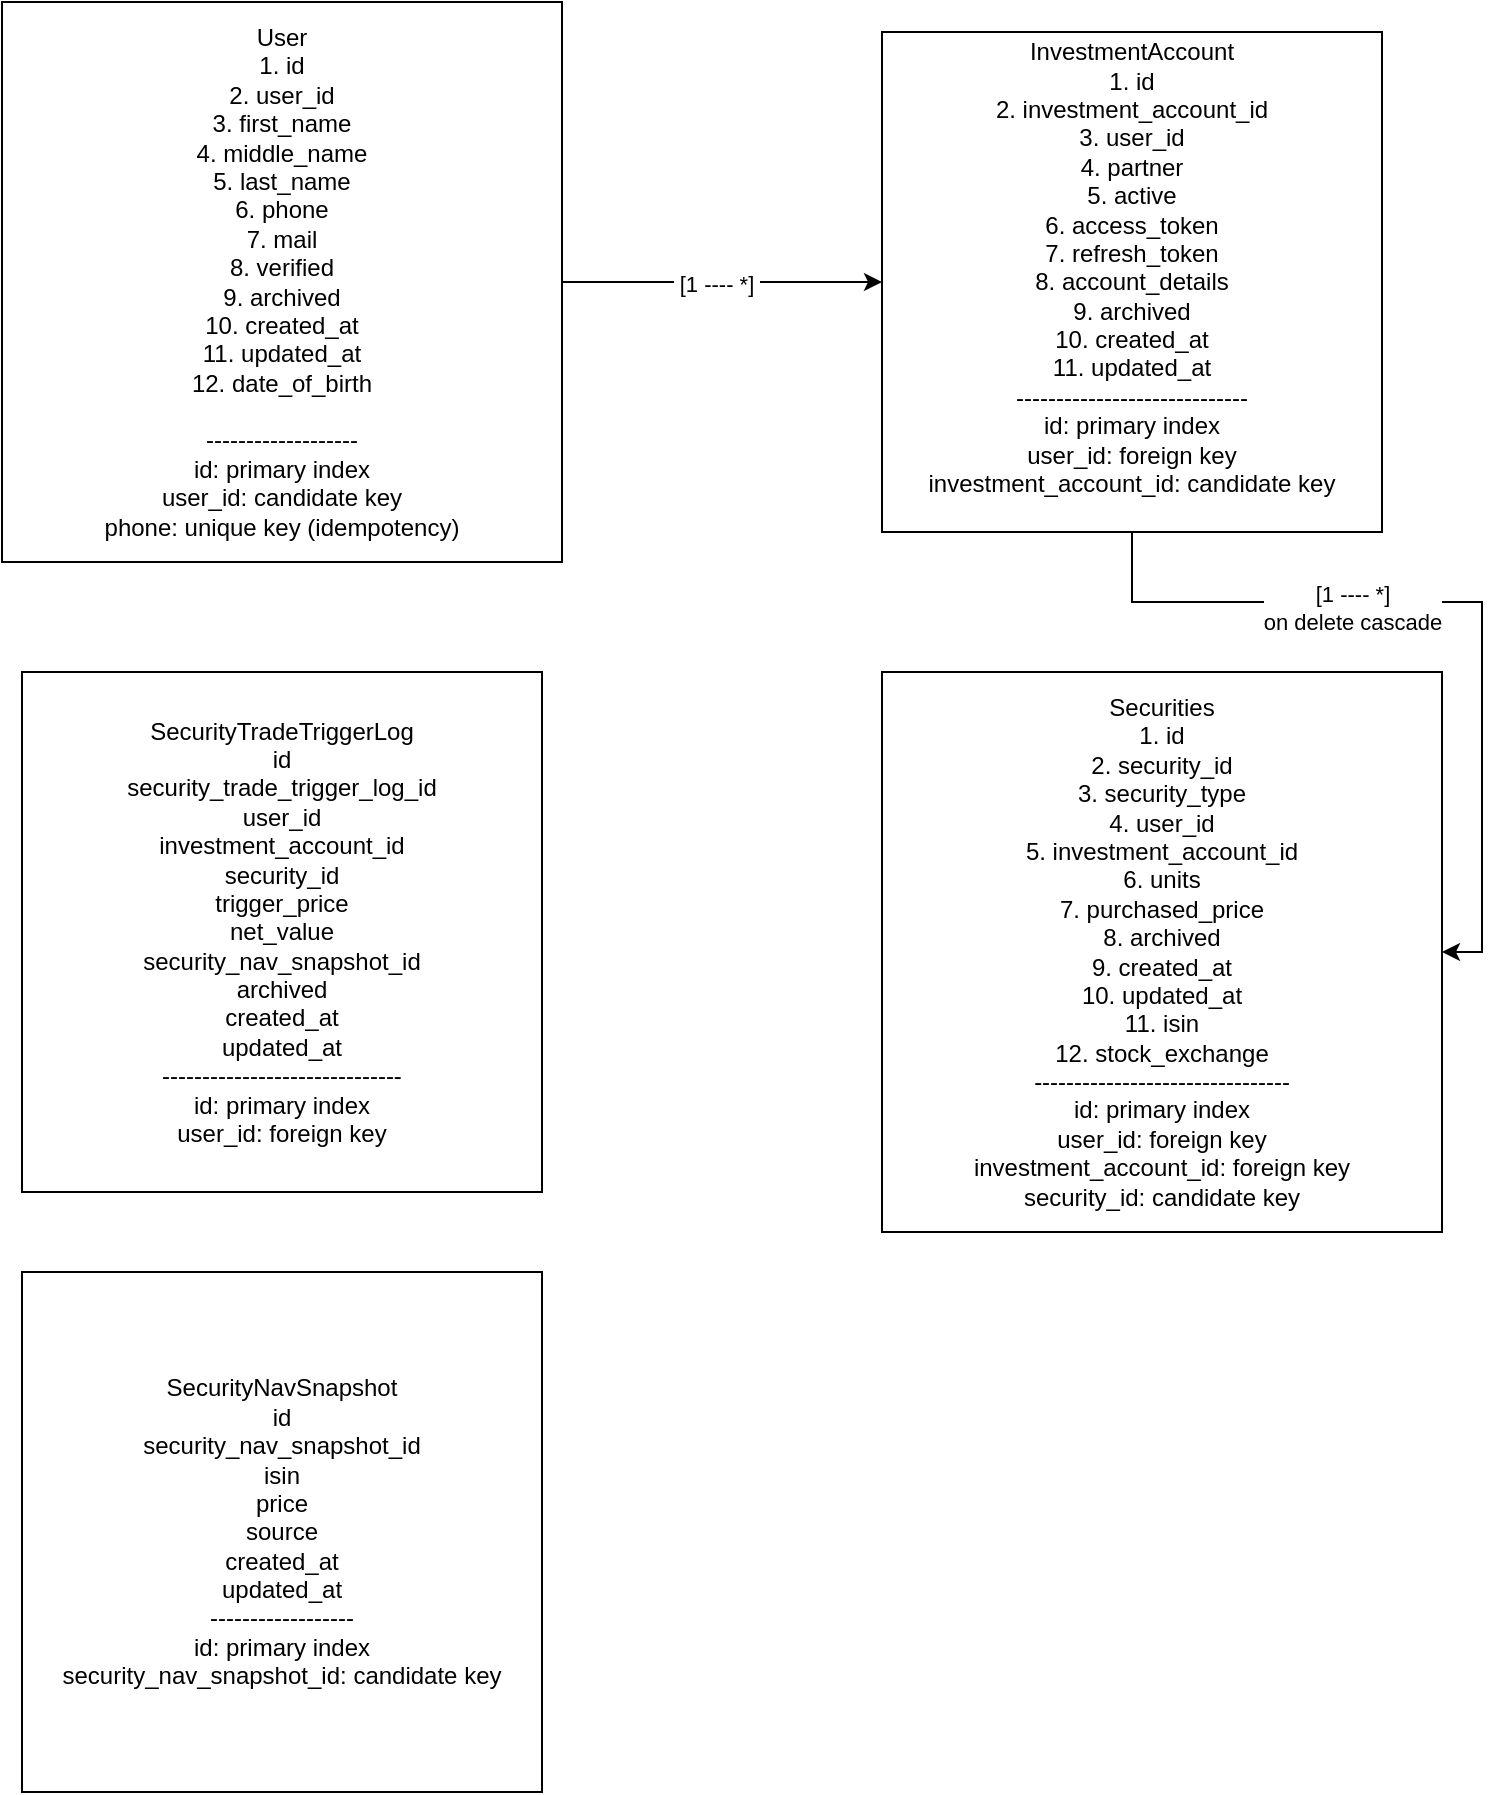
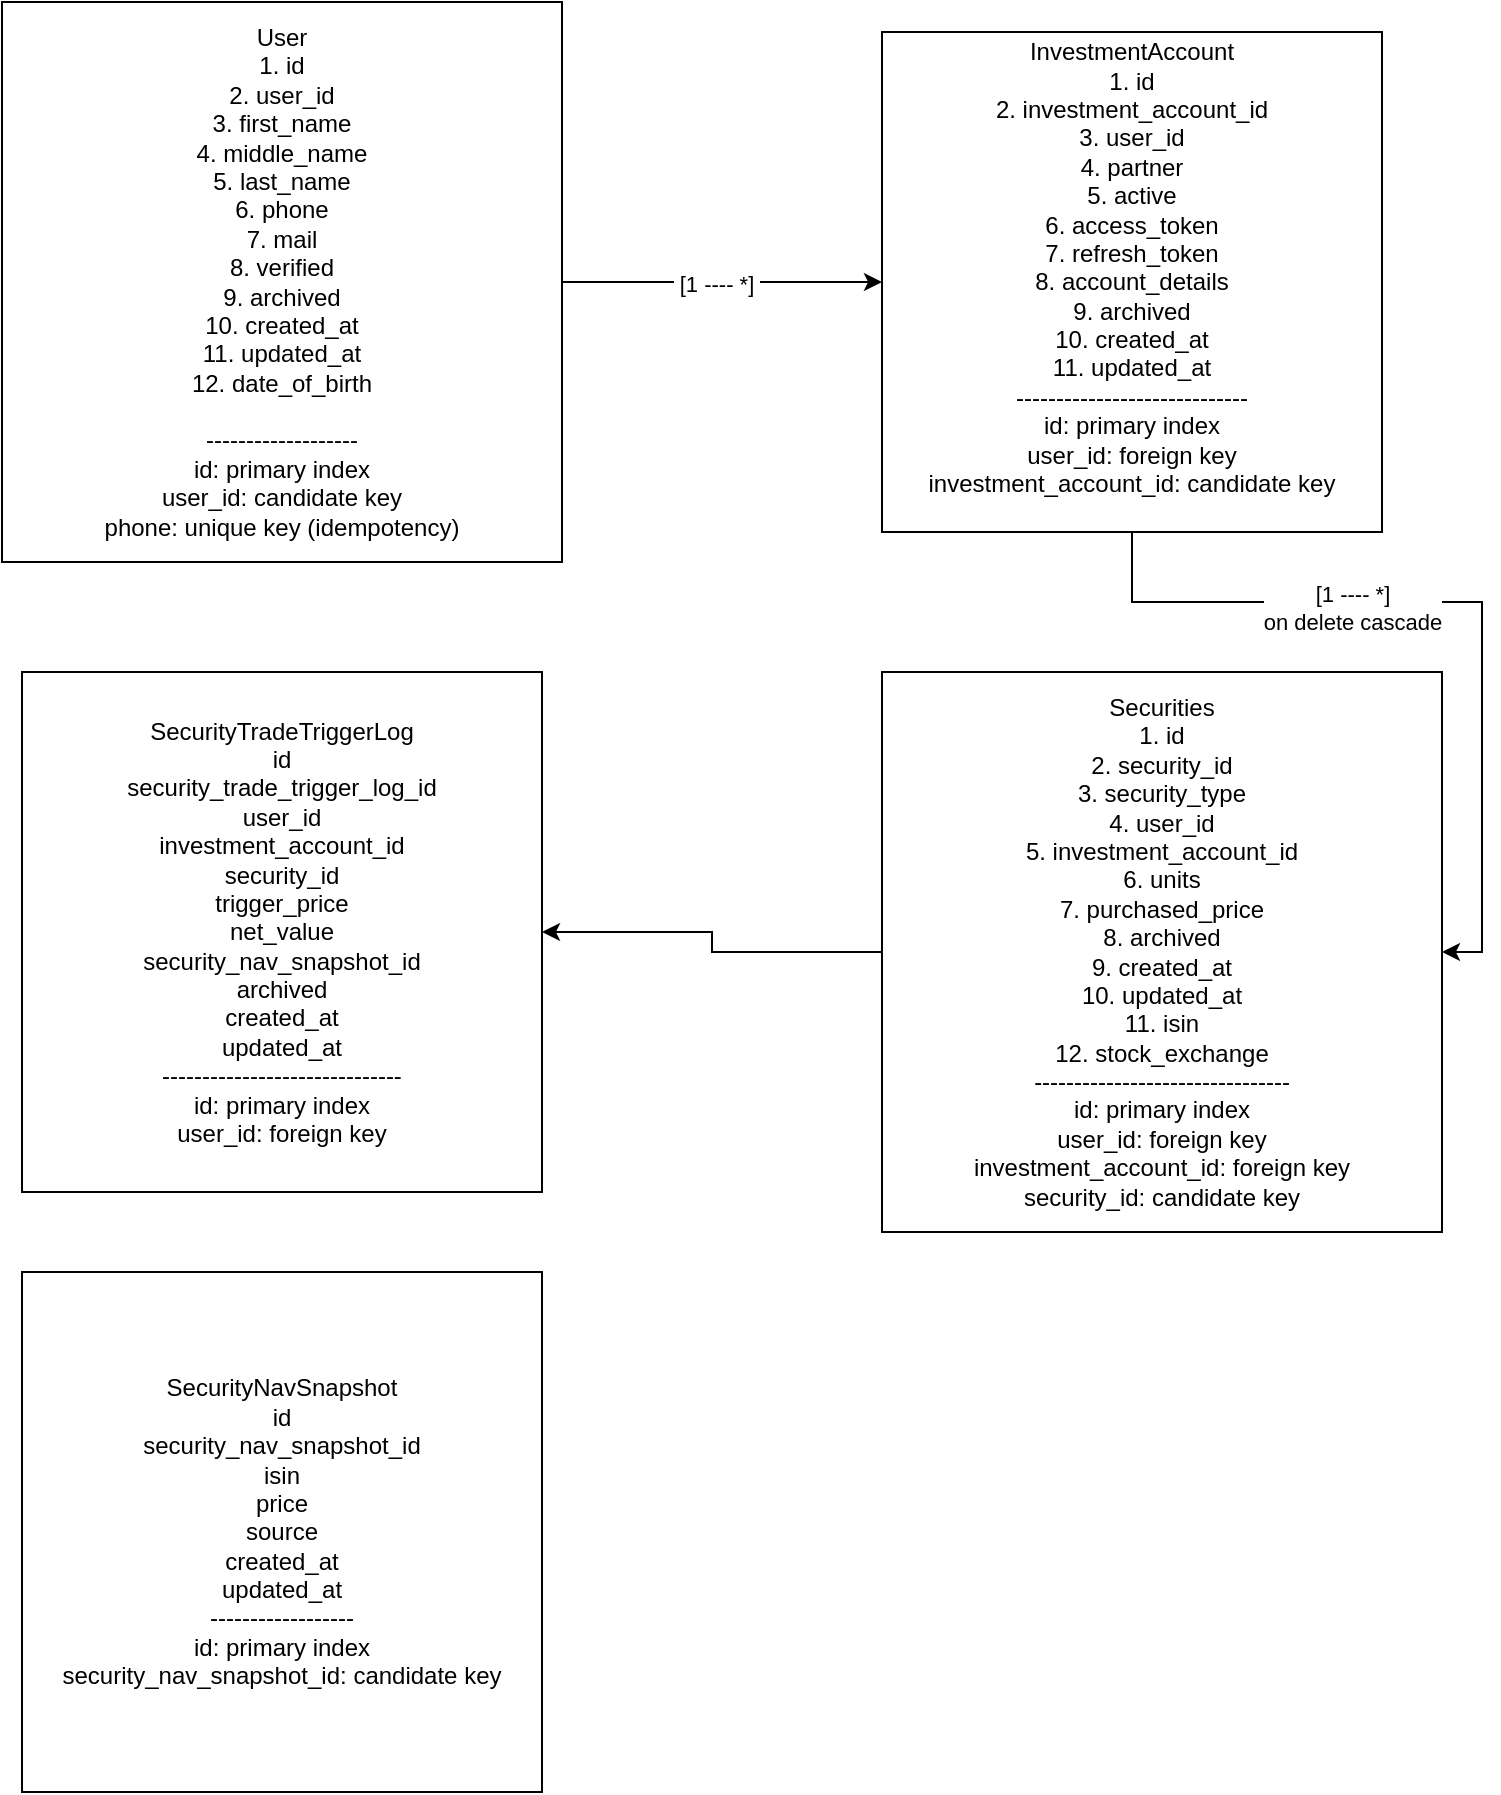
<mxfile host="app.diagrams.net" agent="Mozilla/5.0 (Macintosh; Intel Mac OS X 10_15_7) AppleWebKit/537.36 (KHTML, like Gecko) Chrome/142.0.0.0 Safari/537.36">
  <diagram name="Page-1" id="sUdJKDlqUUguzxYBoudD">
    <mxGraphModel dx="875" dy="573" grid="1" gridSize="10" guides="1" tooltips="1" connect="1" arrows="1" fold="1" page="1" pageScale="1" pageWidth="827" pageHeight="1169" math="0" shadow="0">
      <root>
        <mxCell id="0" />
        <mxCell id="1" parent="0" />
        <mxCell id="dAtLXOTo_t2N1C7jd-nU-3" edge="1" parent="1" source="dAtLXOTo_t2N1C7jd-nU-1" style="edgeStyle=orthogonalEdgeStyle;rounded=0;orthogonalLoop=1;jettySize=auto;html=1;" target="dAtLXOTo_t2N1C7jd-nU-2" value="">
          <mxGeometry relative="1" as="geometry" />
        </mxCell>
        <mxCell id="dAtLXOTo_t2N1C7jd-nU-4" connectable="0" parent="dAtLXOTo_t2N1C7jd-nU-3" style="edgeLabel;html=1;align=center;verticalAlign=middle;resizable=0;points=[];" value="&amp;nbsp;[1 ---- *]&amp;nbsp;" vertex="1">
          <mxGeometry relative="1" x="-0.0375" y="-1" as="geometry">
            <mxPoint as="offset" />
          </mxGeometry>
        </mxCell>
        <mxCell id="dAtLXOTo_t2N1C7jd-nU-1" parent="1" style="whiteSpace=wrap;html=1;aspect=fixed;" value="User&lt;br&gt;1. id&lt;div&gt;2. user_id&lt;/div&gt;&lt;div&gt;3. first_name&lt;/div&gt;&lt;div&gt;4. middle_name&lt;/div&gt;&lt;div&gt;5. last_name&lt;/div&gt;&lt;div&gt;6. phone&lt;/div&gt;&lt;div&gt;7. mail&lt;/div&gt;&lt;div&gt;8. verified&lt;/div&gt;&lt;div&gt;9. archived&lt;/div&gt;&lt;div&gt;10. created_at&lt;/div&gt;&lt;div&gt;11. updated_at&lt;/div&gt;&lt;div&gt;12. date_of_birth&lt;/div&gt;&lt;div&gt;&lt;br&gt;-------------------&lt;/div&gt;&lt;div&gt;id: primary index&lt;/div&gt;&lt;div&gt;user_id: candidate key&lt;/div&gt;&lt;div&gt;phone: unique key (idempotency)&lt;/div&gt;" vertex="1">
          <mxGeometry height="280" width="280" x="10" y="105" as="geometry" />
        </mxCell>
        <mxCell id="LFFCytzrhA1a5Olca1yH-1" edge="1" parent="1" source="dAtLXOTo_t2N1C7jd-nU-2" style="edgeStyle=orthogonalEdgeStyle;rounded=0;orthogonalLoop=1;jettySize=auto;html=1;entryX=1;entryY=0.5;entryDx=0;entryDy=0;" target="dAtLXOTo_t2N1C7jd-nU-5">
          <mxGeometry relative="1" as="geometry" />
        </mxCell>
        <mxCell id="LFFCytzrhA1a5Olca1yH-3" connectable="0" parent="LFFCytzrhA1a5Olca1yH-1" style="edgeLabel;html=1;align=center;verticalAlign=middle;resizable=0;points=[];" value="[1 ---- *]&lt;div&gt;on delete cascade&lt;/div&gt;" vertex="1">
          <mxGeometry relative="1" x="-0.285" y="-3" as="geometry">
            <mxPoint as="offset" />
          </mxGeometry>
        </mxCell>
        <mxCell id="dAtLXOTo_t2N1C7jd-nU-2" parent="1" style="whiteSpace=wrap;html=1;aspect=fixed;" value="InvestmentAccount&lt;div&gt;1. id&lt;/div&gt;&lt;div&gt;2. investment_account_id&lt;/div&gt;&lt;div&gt;3. user_id&lt;/div&gt;&lt;div&gt;4. partner&lt;/div&gt;&lt;div&gt;5. active&lt;/div&gt;&lt;div&gt;6. access_token&lt;/div&gt;&lt;div&gt;7. refresh_token&lt;/div&gt;&lt;div&gt;8. account_details&lt;/div&gt;&lt;div&gt;9. archived&lt;/div&gt;&lt;div&gt;10. created_at&lt;/div&gt;&lt;div&gt;11. updated_at&lt;/div&gt;&lt;div&gt;-----------------------------&lt;/div&gt;&lt;div&gt;&lt;div&gt;id: primary index&lt;/div&gt;&lt;div&gt;user_id: foreign key&lt;/div&gt;&lt;div&gt;&lt;span style=&quot;background-color: transparent; color: light-dark(rgb(0, 0, 0), rgb(255, 255, 255));&quot;&gt;investment_account_id&lt;/span&gt;: candidate key&lt;/div&gt;&lt;div&gt;&lt;br&gt;&lt;/div&gt;&lt;/div&gt;" vertex="1">
          <mxGeometry height="250" width="250" x="450" y="120" as="geometry" />
        </mxCell>
+         <mxCell id="LFFCytzrhA1a5Olca1yH-6" edge="1" parent="1" source="dAtLXOTo_t2N1C7jd-nU-5" style="edgeStyle=orthogonalEdgeStyle;rounded=0;orthogonalLoop=1;jettySize=auto;html=1;entryX=1;entryY=0.5;entryDx=0;entryDy=0;" target="LFFCytzrhA1a5Olca1yH-4">
+           <mxGeometry relative="1" as="geometry" />
+         </mxCell>
        <mxCell id="dAtLXOTo_t2N1C7jd-nU-5" parent="1" style="whiteSpace=wrap;html=1;aspect=fixed;" value="Securities&lt;div&gt;1. id&lt;/div&gt;&lt;div&gt;2. security_id&lt;/div&gt;&lt;div&gt;3. security_type&lt;/div&gt;&lt;div&gt;4. user_id&lt;/div&gt;&lt;div&gt;5. investment_account_id&lt;/div&gt;&lt;div&gt;6. units&lt;/div&gt;&lt;div&gt;7. purchased_price&lt;/div&gt;&lt;div&gt;8. archived&lt;/div&gt;&lt;div&gt;9. created_at&lt;/div&gt;&lt;div&gt;10. updated_at&lt;/div&gt;&lt;div&gt;11. isin&lt;/div&gt;&lt;div&gt;12. stock_exchange&lt;/div&gt;&lt;div&gt;--------------------------------&lt;/div&gt;&lt;div&gt;&lt;div&gt;id: primary index&lt;/div&gt;&lt;div&gt;user_id: foreign key&lt;/div&gt;&lt;div&gt;&lt;span style=&quot;background-color: transparent; color: light-dark(rgb(0, 0, 0), rgb(255, 255, 255));&quot;&gt;investment_account_id&lt;/span&gt;: foreign&amp;nbsp;key&lt;/div&gt;&lt;/div&gt;&lt;div&gt;security_id:&amp;nbsp;&lt;span style=&quot;background-color: transparent; color: light-dark(rgb(0, 0, 0), rgb(255, 255, 255));&quot;&gt;candidate key&lt;/span&gt;&lt;/div&gt;" vertex="1">
          <mxGeometry height="280" width="280" x="450" y="440" as="geometry" />
        </mxCell>
        <mxCell id="LFFCytzrhA1a5Olca1yH-4" parent="1" style="whiteSpace=wrap;html=1;aspect=fixed;" value="SecurityTradeTriggerLog&lt;div&gt;id&lt;/div&gt;&lt;div&gt;security_trade_trigger_log_id&lt;br&gt;user_id&lt;/div&gt;&lt;div&gt;investment_account_id&lt;/div&gt;&lt;div&gt;security_id&lt;/div&gt;&lt;div&gt;trigger_price&lt;/div&gt;&lt;div&gt;net_value&lt;/div&gt;&lt;div&gt;security_nav_snapshot_id&lt;/div&gt;&lt;div&gt;archived&lt;/div&gt;&lt;div&gt;created_at&lt;/div&gt;&lt;div&gt;updated_at&lt;/div&gt;&lt;div&gt;------------------------------&lt;/div&gt;&lt;div&gt;&lt;div&gt;id: primary index&lt;/div&gt;&lt;div&gt;user_id: foreign key&lt;/div&gt;&lt;/div&gt;" vertex="1">
          <mxGeometry height="260" width="260" x="20" y="440" as="geometry" />
        </mxCell>
        <mxCell id="LFFCytzrhA1a5Olca1yH-5" parent="1" style="whiteSpace=wrap;html=1;aspect=fixed;" value="SecurityNavSnapshot&lt;div&gt;id&lt;/div&gt;&lt;div&gt;security_nav_snapshot_id&lt;/div&gt;&lt;div&gt;isin&lt;/div&gt;&lt;div&gt;price&lt;/div&gt;&lt;div&gt;source&lt;/div&gt;&lt;div&gt;created_at&lt;/div&gt;&lt;div&gt;updated_at&lt;/div&gt;&lt;div&gt;------------------&lt;/div&gt;&lt;div&gt;&lt;div&gt;&lt;div&gt;id: primary index&lt;/div&gt;&lt;/div&gt;&lt;div&gt;&lt;span style=&quot;background-color: transparent; color: light-dark(rgb(0, 0, 0), rgb(255, 255, 255));&quot;&gt;security_nav_snapshot_id&lt;/span&gt;:&amp;nbsp;&lt;span style=&quot;background-color: transparent; color: light-dark(rgb(0, 0, 0), rgb(255, 255, 255));&quot;&gt;candidate key&lt;/span&gt;&lt;/div&gt;&lt;/div&gt;" vertex="1">
          <mxGeometry height="260" width="260" x="20" y="740" as="geometry" />
        </mxCell>
      </root>
    </mxGraphModel>
  </diagram>
</mxfile>
